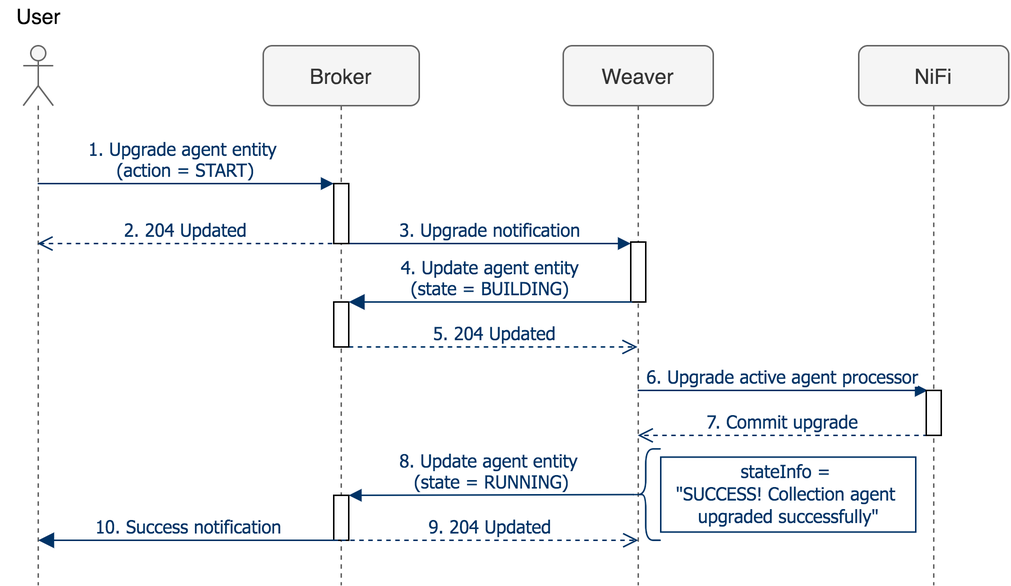
Before: docs/sda-orchestration/img/SDA-orchestration-sequence-diagrams-collection-agent-upgrade.png, a diagram exported from draw.io (giros-dit/semantic-data-aggregator). Source tidied: cells renumbered, new cells last; positions are measured from the earlier drawing's top-left corner, leaving out a move shared by most shapes.
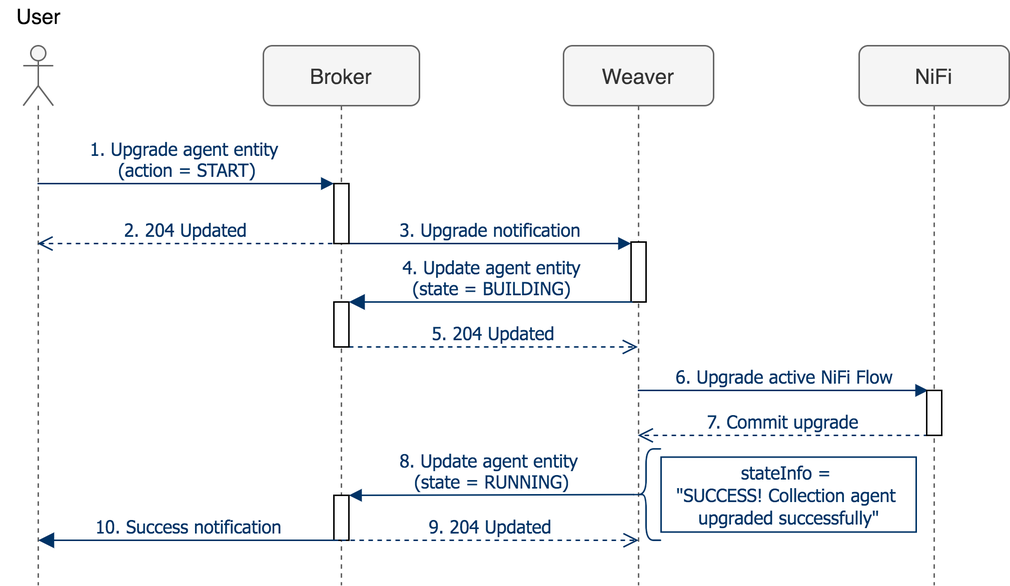
The same file after the commit.

Diff of the diagram source:
```diff
@@ -20,7 +20,7 @@
         <mxPoint x="420" y="162" as="targetPoint" />
       </mxGeometry>
     </mxCell>
-    <mxCell id="7" value="6. Upgrade active agent processor" style="html=1;verticalAlign=bottom;endArrow=block;strokeColor=#003366;fontFamily=Tahoma;fontSize=12;fontColor=#003366;entryX=0.1;entryY=0;entryDx=0;entryDy=0;entryPerimeter=0;" parent="1" edge="1" source="3" target="17">
+    <mxCell id="7" value="6. Upgrade active NiFi Flow" style="html=1;verticalAlign=bottom;endArrow=block;strokeColor=#003366;fontFamily=Tahoma;fontSize=12;fontColor=#003366;entryX=0.1;entryY=0;entryDx=0;entryDy=0;entryPerimeter=0;labelBackgroundColor=#ffffff;" parent="1" edge="1" source="3" target="17">
       <mxGeometry relative="1" as="geometry" />
     </mxCell>
     <mxCell id="8" value="7. Commit upgrade" style="html=1;verticalAlign=bottom;endArrow=open;dashed=1;endSize=8;strokeColor=#003366;fontFamily=Tahoma;fontSize=12;fontColor=#003366;exitX=0.1;exitY=1;exitDx=0;exitDy=0;exitPerimeter=0;" parent="1" edge="1" source="17" target="3">
```
